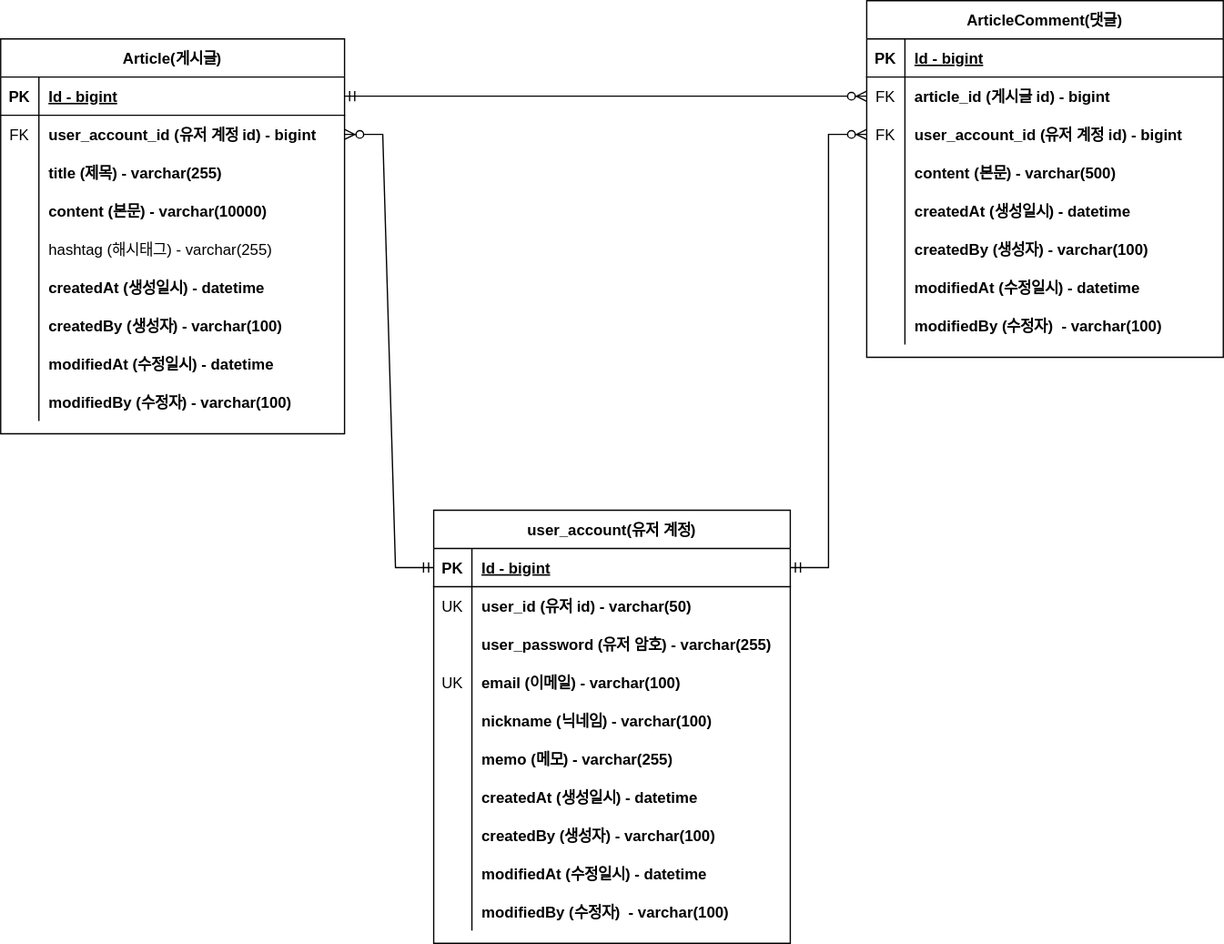
Before: document/project-board-erd.svg, a diagram exported from draw.io (oyoungsun/fastcampus-project-board-1). Source tidied: cells renumbered, new cells last; positions are measured from the earlier drawing's top-left corner, leaving out a move shared by most shapes.
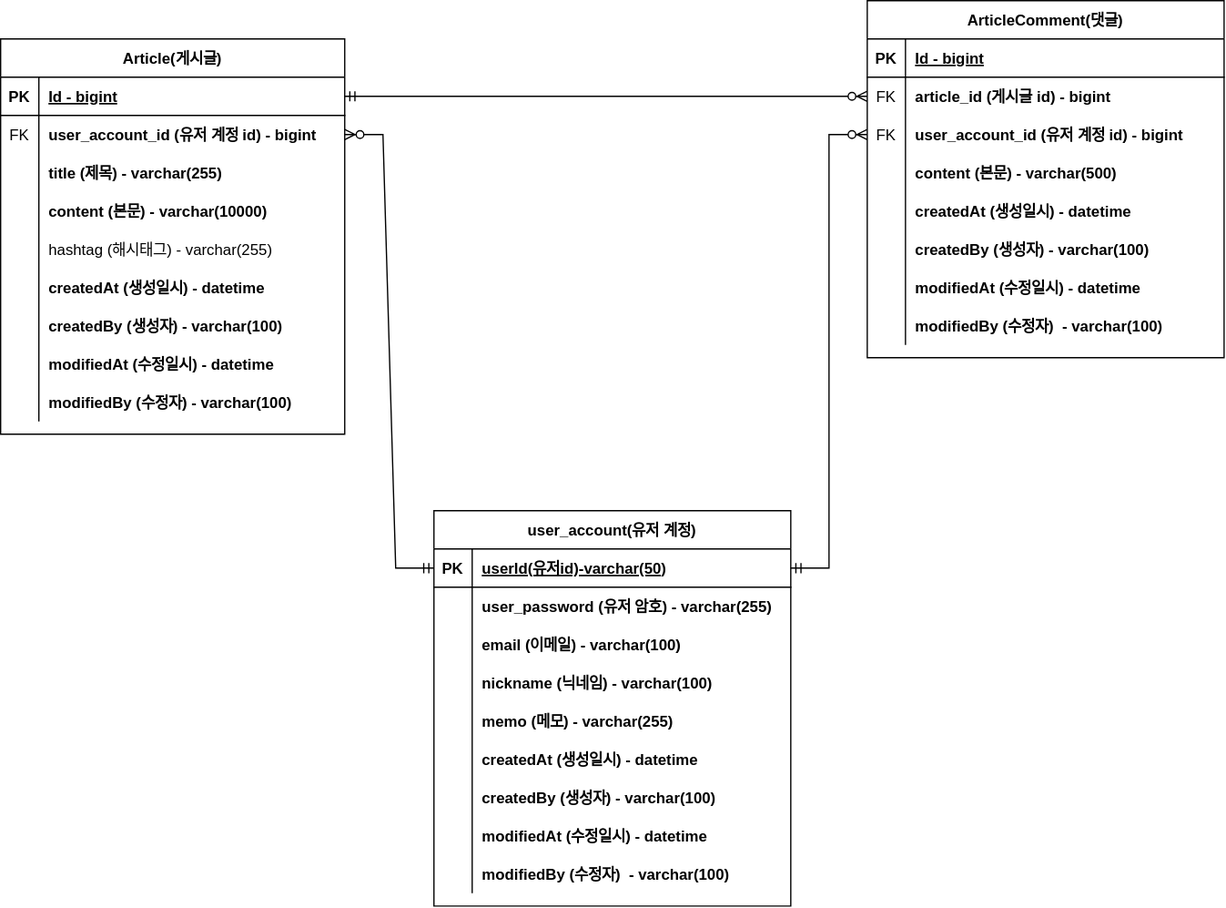
The same file after the commit.

Commit message:
#34 - ERD 문서 수정: 회원 계정 user_id 를 PK 로 변경

What changed in the source:
```diff
@@ -165,7 +165,7 @@
       <mxGeometry relative="1" as="geometry" />
     </mxCell>
     <mxCell id="56" value="user_account(유저 계정)" style="shape=table;startSize=30;rowLines=0;fontStyle=1;align=center;" parent="1" vertex="1">
-      <mxGeometry x="340" y="400" width="280" height="340" as="geometry" />
+      <mxGeometry x="340" y="400" width="280" height="310" as="geometry" />
     </mxCell>
     <mxCell id="57" style="shape=tableRow;horizontal=0;startSize=0;swimlaneHead=0;swimlaneBody=0;fillColor=none;points=[[0,0.5],[1,0.5]];portConstraint=eastwest;top=0;left=0;right=0;bottom=1;" parent="56" vertex="1">
       <mxGeometry y="30" width="280" height="30" as="geometry" />
@@ -173,20 +173,11 @@
     <mxCell id="58" value="PK" style="shape=partialRectangle;fillColor=none;top=0;left=0;bottom=0;right=0;fontStyle=1;overflow=hidden;" parent="57" vertex="1">
       <mxGeometry width="30" height="30" as="geometry" />
     </mxCell>
-    <mxCell id="59" value="Id - bigint" style="shape=partialRectangle;fillColor=none;top=0;left=0;bottom=0;right=0;align=left;spacingLeft=6;fontStyle=5;overflow=hidden;" parent="57" vertex="1">
+    <mxCell id="59" value="userId(유저id)-varchar(50)" style="shape=partialRectangle;fillColor=none;top=0;left=0;bottom=0;right=0;align=left;spacingLeft=6;fontStyle=5;overflow=hidden;" parent="57" vertex="1">
       <mxGeometry x="30" width="250" height="30" as="geometry" />
     </mxCell>
-    <mxCell id="60" style="shape=tableRow;horizontal=0;startSize=0;swimlaneHead=0;swimlaneBody=0;fillColor=none;top=0;left=0;right=0;bottom=0;" parent="56" vertex="1">
-      <mxGeometry y="60" width="280" height="30" as="geometry" />
-    </mxCell>
-    <mxCell id="61" value="UK" style="shape=partialRectangle;fillColor=none;top=0;left=0;bottom=0;right=0;overflow=hidden;" parent="60" vertex="1">
-      <mxGeometry width="30" height="30" as="geometry" />
-    </mxCell>
-    <mxCell id="62" value="user_id (유저 id) - varchar(50)" style="shape=partialRectangle;fillColor=none;top=0;left=0;bottom=0;right=0;align=left;spacingLeft=6;overflow=hidden;fontStyle=1;" parent="60" vertex="1">
-      <mxGeometry x="30" width="250" height="30" as="geometry" />
-    </mxCell>
     <mxCell id="63" style="shape=tableRow;horizontal=0;startSize=0;swimlaneHead=0;swimlaneBody=0;fillColor=none;top=0;left=0;right=0;bottom=0;" parent="56" vertex="1">
-      <mxGeometry y="90" width="280" height="30" as="geometry" />
+      <mxGeometry y="60" width="280" height="30" as="geometry" />
     </mxCell>
     <mxCell id="64" style="shape=partialRectangle;fillColor=none;top=0;left=0;bottom=0;right=0;overflow=hidden;" parent="63" vertex="1">
       <mxGeometry width="30" height="30" as="geometry" />
@@ -195,16 +186,16 @@
       <mxGeometry x="30" width="250" height="30" as="geometry" />
     </mxCell>
     <mxCell id="66" style="shape=tableRow;horizontal=0;startSize=0;swimlaneHead=0;swimlaneBody=0;fillColor=none;top=0;left=0;right=0;bottom=0;" parent="56" vertex="1">
-      <mxGeometry y="120" width="280" height="30" as="geometry" />
+      <mxGeometry y="90" width="280" height="30" as="geometry" />
     </mxCell>
-    <mxCell id="67" value="UK" style="shape=partialRectangle;fillColor=none;top=0;left=0;bottom=0;right=0;overflow=hidden;" parent="66" vertex="1">
+    <mxCell id="67" style="shape=partialRectangle;fillColor=none;top=0;left=0;bottom=0;right=0;overflow=hidden;" parent="66" vertex="1">
       <mxGeometry width="30" height="30" as="geometry" />
     </mxCell>
     <mxCell id="68" value="email (이메일) - varchar(100)" style="shape=partialRectangle;fillColor=none;top=0;left=0;bottom=0;right=0;align=left;spacingLeft=6;overflow=hidden;fontStyle=1;" parent="66" vertex="1">
       <mxGeometry x="30" width="250" height="30" as="geometry" />
     </mxCell>
     <mxCell id="69" style="shape=tableRow;horizontal=0;startSize=0;swimlaneHead=0;swimlaneBody=0;fillColor=none;top=0;left=0;right=0;bottom=0;" parent="56" vertex="1">
-      <mxGeometry y="150" width="280" height="30" as="geometry" />
+      <mxGeometry y="120" width="280" height="30" as="geometry" />
     </mxCell>
     <mxCell id="70" style="shape=partialRectangle;fillColor=none;top=0;left=0;bottom=0;right=0;overflow=hidden;" parent="69" vertex="1">
       <mxGeometry width="30" height="30" as="geometry" />
@@ -213,7 +204,7 @@
       <mxGeometry x="30" width="250" height="30" as="geometry" />
     </mxCell>
     <mxCell id="72" style="shape=tableRow;horizontal=0;startSize=0;swimlaneHead=0;swimlaneBody=0;fillColor=none;top=0;left=0;right=0;bottom=0;" parent="56" vertex="1">
-      <mxGeometry y="180" width="280" height="30" as="geometry" />
+      <mxGeometry y="150" width="280" height="30" as="geometry" />
     </mxCell>
     <mxCell id="73" style="shape=partialRectangle;fillColor=none;top=0;left=0;bottom=0;right=0;overflow=hidden;" parent="72" vertex="1">
       <mxGeometry width="30" height="30" as="geometry" />
@@ -222,7 +213,7 @@
       <mxGeometry x="30" width="250" height="30" as="geometry" />
     </mxCell>
     <mxCell id="75" style="shape=tableRow;horizontal=0;startSize=0;swimlaneHead=0;swimlaneBody=0;fillColor=none;top=0;left=0;right=0;bottom=0;" parent="56" vertex="1">
-      <mxGeometry y="210" width="280" height="30" as="geometry" />
+      <mxGeometry y="180" width="280" height="30" as="geometry" />
     </mxCell>
     <mxCell id="76" style="shape=partialRectangle;fillColor=none;top=0;left=0;bottom=0;right=0;overflow=hidden;" parent="75" vertex="1">
       <mxGeometry width="30" height="30" as="geometry" />
@@ -231,7 +222,7 @@
       <mxGeometry x="30" width="250" height="30" as="geometry" />
     </mxCell>
     <mxCell id="78" style="shape=tableRow;horizontal=0;startSize=0;swimlaneHead=0;swimlaneBody=0;fillColor=none;top=0;left=0;right=0;bottom=0;" parent="56" vertex="1">
-      <mxGeometry y="240" width="280" height="30" as="geometry" />
+      <mxGeometry y="210" width="280" height="30" as="geometry" />
     </mxCell>
     <mxCell id="79" style="shape=partialRectangle;fillColor=none;top=0;left=0;bottom=0;right=0;overflow=hidden;" parent="78" vertex="1">
       <mxGeometry width="30" height="30" as="geometry" />
@@ -240,7 +231,7 @@
       <mxGeometry x="30" width="250" height="30" as="geometry" />
     </mxCell>
     <mxCell id="81" style="shape=tableRow;horizontal=0;startSize=0;swimlaneHead=0;swimlaneBody=0;fillColor=none;top=0;left=0;right=0;bottom=0;" parent="56" vertex="1">
-      <mxGeometry y="270" width="280" height="30" as="geometry" />
+      <mxGeometry y="240" width="280" height="30" as="geometry" />
     </mxCell>
     <mxCell id="82" style="shape=partialRectangle;fillColor=none;top=0;left=0;bottom=0;right=0;overflow=hidden;" parent="81" vertex="1">
       <mxGeometry width="30" height="30" as="geometry" />
@@ -249,7 +240,7 @@
       <mxGeometry x="30" width="250" height="30" as="geometry" />
     </mxCell>
     <mxCell id="84" style="shape=tableRow;horizontal=0;startSize=0;swimlaneHead=0;swimlaneBody=0;fillColor=none;top=0;left=0;right=0;bottom=0;" parent="56" vertex="1">
-      <mxGeometry y="300" width="280" height="30" as="geometry" />
+      <mxGeometry y="270" width="280" height="30" as="geometry" />
     </mxCell>
     <mxCell id="85" style="shape=partialRectangle;fillColor=none;top=0;left=0;bottom=0;right=0;overflow=hidden;" parent="84" vertex="1">
       <mxGeometry width="30" height="30" as="geometry" />
```
